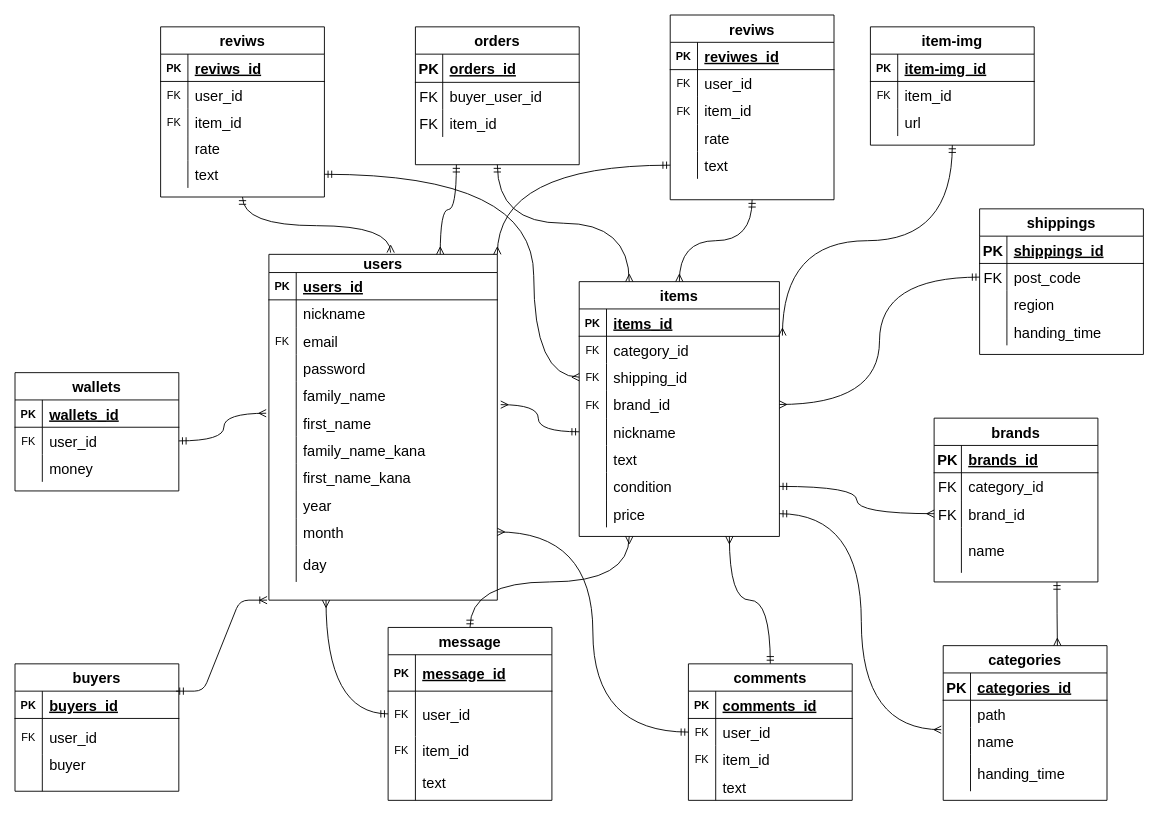
Earlier version of the draw.io diagram er.dio (masyu0039/furima-38560). Source tidied: cells renumbered, new cells numbered last; positions are measured from the earlier drawing's top-left corner, leaving out a move shared by most shapes. Both pictures are drawn from the tidied source at 91%, with x=0, y=0 at pixel (15, 15).
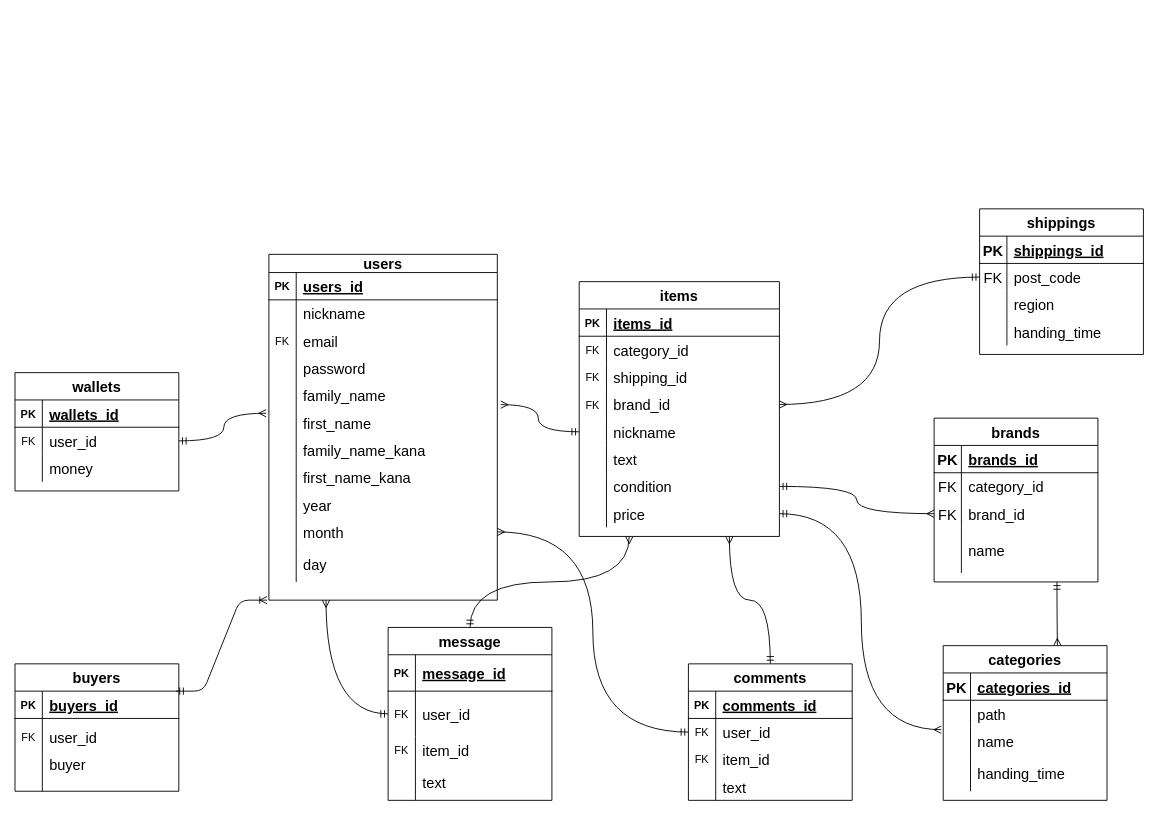
The same diagram, later.

The change refers to these unchanged cells:
```xml
<mxCell id="16" value="users" style="shape=table;startSize=20;childLayout=tableLayout;rowLines=0;fontStyle=1;align=center;fontSize=16;" parent="1" vertex="1">
  <mxGeometry x="279" y="263" width="251" height="380" as="geometry" />
</mxCell>
<mxCell id="61" value="items" style="shape=table;startSize=30;childLayout=tableLayout;rowLines=0;fontStyle=1;align=center;fontSize=16;" parent="1" vertex="1">
  <mxGeometry x="620" y="293" width="220" height="280" as="geometry" />
</mxCell>
<mxCell id="65" style="shape=partialRectangle;fillColor=none;top=0;left=0;bottom=0;right=0;points=[[0,0.5],[1,0.5]];portConstraint=eastwest;" parent="61" vertex="1">
  <mxGeometry y="60" width="220" height="30" as="geometry" />
</mxCell>
<mxCell id="68" style="shape=partialRectangle;fillColor=none;top=0;left=0;bottom=0;right=0;points=[[0,0.5],[1,0.5]];portConstraint=eastwest;" parent="61" vertex="1">
  <mxGeometry y="90" width="220" height="30" as="geometry" />
</mxCell>
```

The edit, as a diff of the source:
```diff
@@
-    <mxCell id="87" style="edgeStyle=orthogonalEdgeStyle;curved=1;html=1;exitX=0.5;exitY=1;exitDx=0;exitDy=0;entryX=0.533;entryY=-0.005;entryDx=0;entryDy=0;entryPerimeter=0;startArrow=ERmandOne;startFill=0;endArrow=ERmany;endFill=0;" parent="1" edge="1" source="88" target="16">
-      <mxGeometry relative="1" as="geometry" />
-    </mxCell>
-    <mxCell id="88" value="reviws" style="shape=table;startSize=30;childLayout=tableLayout;rowLines=0;fontStyle=1;align=center;fontSize=16;" parent="1" vertex="1">
-      <mxGeometry x="160" y="13" width="180" height="187" as="geometry" />
-    </mxCell>
-    <mxCell id="89" style="shape=partialRectangle;fillColor=none;top=0;left=0;bottom=1;right=0;" parent="88" vertex="1">
-      <mxGeometry y="30" width="180" height="30" as="geometry" />
-    </mxCell>
-    <mxCell id="90" value="PK" style="shape=partialRectangle;fillColor=none;top=0;left=0;bottom=0;right=0;fontStyle=1;overflow=hidden;" parent="89" vertex="1">
-      <mxGeometry width="30" height="30" as="geometry" />
-    </mxCell>
-    <mxCell id="91" value="reviws_id" style="shape=partialRectangle;fillColor=none;top=0;left=0;bottom=0;right=0;align=left;spacingLeft=6;fontStyle=5;overflow=hidden;fontSize=16;" parent="89" vertex="1">
-      <mxGeometry x="30" width="150" height="30" as="geometry" />
-    </mxCell>
-    <mxCell id="92" style="shape=partialRectangle;fillColor=none;top=0;left=0;bottom=0;right=0;" parent="88" vertex="1">
-      <mxGeometry y="60" width="180" height="30" as="geometry" />
-    </mxCell>
-    <mxCell id="93" value="FK" style="shape=partialRectangle;fillColor=none;top=0;left=0;bottom=0;right=0;overflow=hidden;" parent="92" vertex="1">
-      <mxGeometry width="30" height="30" as="geometry" />
-    </mxCell>
-    <mxCell id="94" value="user_id" style="shape=partialRectangle;fillColor=none;top=0;left=0;bottom=0;right=0;align=left;spacingLeft=6;overflow=hidden;fontSize=16;" parent="92" vertex="1">
-      <mxGeometry x="30" width="150" height="30" as="geometry" />
-    </mxCell>
-    <mxCell id="95" style="shape=partialRectangle;fillColor=none;top=0;left=0;bottom=0;right=0;" parent="88" vertex="1">
-      <mxGeometry y="90" width="180" height="30" as="geometry" />
-    </mxCell>
-    <mxCell id="96" value="FK" style="shape=partialRectangle;fillColor=none;top=0;left=0;bottom=0;right=0;overflow=hidden;" parent="95" vertex="1">
-      <mxGeometry width="30" height="30" as="geometry" />
-    </mxCell>
-    <mxCell id="97" value="item_id" style="shape=partialRectangle;fillColor=none;top=0;left=0;bottom=0;right=0;align=left;spacingLeft=6;overflow=hidden;fontSize=16;" parent="95" vertex="1">
-      <mxGeometry x="30" width="150" height="30" as="geometry" />
-    </mxCell>
-    <mxCell id="98" style="shape=partialRectangle;fillColor=none;top=0;left=0;bottom=0;right=0;" parent="88" vertex="1">
-      <mxGeometry y="120" width="180" height="27" as="geometry" />
-    </mxCell>
-    <mxCell id="99" style="shape=partialRectangle;fillColor=none;top=0;left=0;bottom=0;right=0;overflow=hidden;" parent="98" vertex="1">
-      <mxGeometry width="30" height="27" as="geometry" />
-    </mxCell>
-    <mxCell id="100" value="rate" style="shape=partialRectangle;fillColor=none;top=0;left=0;bottom=0;right=0;align=left;spacingLeft=6;overflow=hidden;fontSize=16;" parent="98" vertex="1">
-      <mxGeometry x="30" width="150" height="27" as="geometry" />
-    </mxCell>
-    <mxCell id="101" style="shape=partialRectangle;fillColor=none;top=0;left=0;bottom=0;right=0;points=[[0,0.5],[1,0.5]];portConstraint=eastwest;" parent="88" vertex="1">
-      <mxGeometry y="147" width="180" height="30" as="geometry" />
-    </mxCell>
-    <mxCell id="102" style="shape=partialRectangle;fillColor=none;top=0;left=0;bottom=0;right=0;overflow=hidden;" parent="101" vertex="1">
-      <mxGeometry width="30" height="30" as="geometry" />
-    </mxCell>
-    <mxCell id="103" value="text" style="shape=partialRectangle;fillColor=none;top=0;left=0;bottom=0;right=0;align=left;spacingLeft=6;overflow=hidden;fontSize=16;" parent="101" vertex="1">
-      <mxGeometry x="30" width="150" height="30" as="geometry" />
-    </mxCell>
-    <mxCell id="104" style="edgeStyle=orthogonalEdgeStyle;curved=1;html=1;exitX=1;exitY=0.5;exitDx=0;exitDy=0;entryX=0;entryY=0.5;entryDx=0;entryDy=0;startArrow=ERmandOne;startFill=0;endArrow=ERmany;endFill=0;" parent="1" edge="1" source="101" target="68">
-      <mxGeometry relative="1" as="geometry">
-        <Array as="points">
-          <mxPoint x="570" y="175" />
-          <mxPoint x="570" y="398" />
-        </Array>
-      </mxGeometry>
-    </mxCell>
@@
-    <mxCell id="119" style="edgeStyle=orthogonalEdgeStyle;curved=1;html=1;entryX=1.015;entryY=-0.024;entryDx=0;entryDy=0;entryPerimeter=0;startArrow=ERmandOne;startFill=0;endArrow=ERmany;endFill=0;" parent="1" edge="1" source="120" target="65">
-      <mxGeometry relative="1" as="geometry" />
-    </mxCell>
-    <mxCell id="120" value="item-img" style="shape=table;startSize=30;childLayout=tableLayout;rowLines=0;fontStyle=1;align=center;fontSize=16;" parent="1" vertex="1">
-      <mxGeometry x="940" y="13" width="180" height="130" as="geometry" />
-    </mxCell>
-    <mxCell id="121" style="shape=partialRectangle;fillColor=none;top=0;left=0;bottom=1;right=0;" parent="120" vertex="1">
-      <mxGeometry y="30" width="180" height="30" as="geometry" />
-    </mxCell>
-    <mxCell id="122" value="PK" style="shape=partialRectangle;fillColor=none;top=0;left=0;bottom=0;right=0;fontStyle=1;overflow=hidden;" parent="121" vertex="1">
-      <mxGeometry width="30" height="30" as="geometry" />
-    </mxCell>
-    <mxCell id="123" value="item-img_id" style="shape=partialRectangle;fillColor=none;top=0;left=0;bottom=0;right=0;align=left;spacingLeft=6;fontStyle=5;overflow=hidden;fontSize=16;" parent="121" vertex="1">
-      <mxGeometry x="30" width="150" height="30" as="geometry" />
-    </mxCell>
-    <mxCell id="124" style="shape=partialRectangle;fillColor=none;top=0;left=0;bottom=0;right=0;" parent="120" vertex="1">
-      <mxGeometry y="60" width="180" height="30" as="geometry" />
-    </mxCell>
-    <mxCell id="125" value="FK" style="shape=partialRectangle;fillColor=none;top=0;left=0;bottom=0;right=0;overflow=hidden;" parent="124" vertex="1">
-      <mxGeometry width="30" height="30" as="geometry" />
-    </mxCell>
-    <mxCell id="126" value="item_id" style="shape=partialRectangle;fillColor=none;top=0;left=0;bottom=0;right=0;align=left;spacingLeft=6;overflow=hidden;fontSize=16;" parent="124" vertex="1">
-      <mxGeometry x="30" width="150" height="30" as="geometry" />
-    </mxCell>
-    <mxCell id="127" style="shape=partialRectangle;fillColor=none;top=0;left=0;bottom=0;right=0;" parent="120" vertex="1">
-      <mxGeometry y="90" width="180" height="30" as="geometry" />
-    </mxCell>
-    <mxCell id="128" style="shape=partialRectangle;fillColor=none;top=0;left=0;bottom=0;right=0;overflow=hidden;" parent="127" vertex="1">
-      <mxGeometry width="30" height="30" as="geometry" />
-    </mxCell>
-    <mxCell id="129" value="url" style="shape=partialRectangle;fillColor=none;top=0;left=0;bottom=0;right=0;align=left;spacingLeft=6;overflow=hidden;fontSize=16;" parent="127" vertex="1">
-      <mxGeometry x="30" width="150" height="30" as="geometry" />
-    </mxCell>
@@
-    <mxCell id="146" style="edgeStyle=orthogonalEdgeStyle;curved=1;html=1;entryX=0.5;entryY=0;entryDx=0;entryDy=0;fontSize=16;startArrow=ERmandOne;startFill=0;endArrow=ERmany;endFill=0;" parent="1" edge="1" source="147" target="61">
-      <mxGeometry relative="1" as="geometry" />
-    </mxCell>
-    <mxCell id="147" value="reviws" style="shape=table;startSize=30;childLayout=tableLayout;rowLines=0;fontStyle=1;align=center;fontSize=16;" parent="1" vertex="1">
-      <mxGeometry x="720" width="180" height="203" as="geometry" />
-    </mxCell>
-    <mxCell id="148" style="shape=partialRectangle;fillColor=none;top=0;left=0;bottom=1;right=0;" parent="147" vertex="1">
-      <mxGeometry y="30" width="180" height="30" as="geometry" />
-    </mxCell>
-    <mxCell id="149" value="PK" style="shape=partialRectangle;fillColor=none;top=0;left=0;bottom=0;right=0;fontStyle=1;overflow=hidden;" parent="148" vertex="1">
-      <mxGeometry width="30" height="30" as="geometry" />
-    </mxCell>
-    <mxCell id="150" value="reviwes_id" style="shape=partialRectangle;fillColor=none;top=0;left=0;bottom=0;right=0;align=left;spacingLeft=6;fontStyle=5;overflow=hidden;fontSize=16;" parent="148" vertex="1">
-      <mxGeometry x="30" width="150" height="30" as="geometry" />
-    </mxCell>
-    <mxCell id="151" style="shape=partialRectangle;fillColor=none;top=0;left=0;bottom=0;right=0;" parent="147" vertex="1">
-      <mxGeometry y="60" width="180" height="30" as="geometry" />
-    </mxCell>
-    <mxCell id="152" value="FK" style="shape=partialRectangle;fillColor=none;top=0;left=0;bottom=0;right=0;overflow=hidden;" parent="151" vertex="1">
-      <mxGeometry width="30" height="30" as="geometry" />
-    </mxCell>
-    <mxCell id="153" value="user_id" style="shape=partialRectangle;fillColor=none;top=0;left=0;bottom=0;right=0;align=left;spacingLeft=6;overflow=hidden;fontSize=16;" parent="151" vertex="1">
-      <mxGeometry x="30" width="150" height="30" as="geometry" />
-    </mxCell>
-    <mxCell id="154" style="shape=partialRectangle;fillColor=none;top=0;left=0;bottom=0;right=0;" parent="147" vertex="1">
-      <mxGeometry y="90" width="180" height="30" as="geometry" />
-    </mxCell>
-    <mxCell id="155" value="FK" style="shape=partialRectangle;fillColor=none;top=0;left=0;bottom=0;right=0;overflow=hidden;" parent="154" vertex="1">
-      <mxGeometry width="30" height="30" as="geometry" />
-    </mxCell>
-    <mxCell id="156" value="item_id" style="shape=partialRectangle;fillColor=none;top=0;left=0;bottom=0;right=0;align=left;spacingLeft=6;overflow=hidden;fontSize=16;" parent="154" vertex="1">
-      <mxGeometry x="30" width="150" height="30" as="geometry" />
-    </mxCell>
-    <mxCell id="157" style="shape=partialRectangle;fillColor=none;top=0;left=0;bottom=0;right=0;" parent="147" vertex="1">
-      <mxGeometry y="120" width="180" height="30" as="geometry" />
-    </mxCell>
-    <mxCell id="158" style="shape=partialRectangle;fillColor=none;top=0;left=0;bottom=0;right=0;overflow=hidden;" parent="157" vertex="1">
-      <mxGeometry width="30" height="30" as="geometry" />
-    </mxCell>
-    <mxCell id="159" value="rate" style="shape=partialRectangle;fillColor=none;top=0;left=0;bottom=0;right=0;align=left;spacingLeft=6;overflow=hidden;fontSize=16;" parent="157" vertex="1">
-      <mxGeometry x="30" width="150" height="30" as="geometry" />
-    </mxCell>
-    <mxCell id="160" style="shape=partialRectangle;fillColor=none;top=0;left=0;bottom=0;right=0;points=[[0,0.5],[1,0.5]];portConstraint=eastwest;" parent="147" vertex="1">
-      <mxGeometry y="150" width="180" height="30" as="geometry" />
-    </mxCell>
-    <mxCell id="161" style="shape=partialRectangle;fillColor=none;top=0;left=0;bottom=0;right=0;overflow=hidden;" parent="160" vertex="1">
-      <mxGeometry width="30" height="30" as="geometry" />
-    </mxCell>
-    <mxCell id="162" value="text" style="shape=partialRectangle;fillColor=none;top=0;left=0;bottom=0;right=0;align=left;spacingLeft=6;overflow=hidden;fontSize=16;" parent="160" vertex="1">
-      <mxGeometry x="30" width="150" height="30" as="geometry" />
-    </mxCell>
-    <mxCell id="163" style="edgeStyle=orthogonalEdgeStyle;curved=1;html=1;exitX=0;exitY=0.5;exitDx=0;exitDy=0;entryX=1;entryY=0;entryDx=0;entryDy=0;fontSize=16;startArrow=ERmandOne;startFill=0;endArrow=ERmany;endFill=0;" parent="1" edge="1" source="160" target="16">
-      <mxGeometry relative="1" as="geometry" />
-    </mxCell>
-    <mxCell id="164" style="edgeStyle=orthogonalEdgeStyle;curved=1;html=1;entryX=0.25;entryY=0;entryDx=0;entryDy=0;fontSize=16;startArrow=ERmandOne;startFill=0;endArrow=ERmany;endFill=0;" parent="1" edge="1" source="166" target="61">
-      <mxGeometry relative="1" as="geometry" />
-    </mxCell>
-    <mxCell id="165" style="edgeStyle=orthogonalEdgeStyle;curved=1;html=1;exitX=0.25;exitY=1;exitDx=0;exitDy=0;entryX=0.75;entryY=0;entryDx=0;entryDy=0;fontSize=16;startArrow=ERmandOne;startFill=0;endArrow=ERmany;endFill=0;" parent="1" edge="1" source="166" target="16">
-      <mxGeometry relative="1" as="geometry" />
-    </mxCell>
-    <mxCell id="166" value="orders" style="shape=table;startSize=30;childLayout=tableLayout;rowLines=0;fontStyle=1;align=center;fontSize=16;" parent="1" vertex="1">
-      <mxGeometry x="440" y="13" width="180" height="151.5" as="geometry" />
-    </mxCell>
-    <mxCell id="167" style="shape=partialRectangle;fillColor=none;top=0;left=0;bottom=1;right=0;fontSize=16;" parent="166" vertex="1">
-      <mxGeometry y="30" width="180" height="31" as="geometry" />
-    </mxCell>
-    <mxCell id="168" value="PK" style="shape=partialRectangle;fillColor=none;top=0;left=0;bottom=0;right=0;fontStyle=1;overflow=hidden;fontSize=16;" parent="167" vertex="1">
-      <mxGeometry width="30" height="31" as="geometry" />
-    </mxCell>
-    <mxCell id="169" value="orders_id" style="shape=partialRectangle;fillColor=none;top=0;left=0;bottom=0;right=0;align=left;spacingLeft=6;fontStyle=5;overflow=hidden;fontSize=16;" parent="167" vertex="1">
-      <mxGeometry x="30" width="150" height="31" as="geometry" />
-    </mxCell>
-    <mxCell id="170" style="shape=partialRectangle;fillColor=none;top=0;left=0;bottom=0;right=0;fontSize=16;" parent="166" vertex="1">
-      <mxGeometry y="61" width="180" height="30" as="geometry" />
-    </mxCell>
-    <mxCell id="171" value="FK" style="shape=partialRectangle;fillColor=none;top=0;left=0;bottom=0;right=0;overflow=hidden;fontSize=16;" parent="170" vertex="1">
-      <mxGeometry width="30" height="30" as="geometry" />
-    </mxCell>
-    <mxCell id="172" value="buyer_user_id" style="shape=partialRectangle;fillColor=none;top=0;left=0;bottom=0;right=0;align=left;spacingLeft=6;overflow=hidden;fontSize=16;" parent="170" vertex="1">
-      <mxGeometry x="30" width="150" height="30" as="geometry" />
-    </mxCell>
-    <mxCell id="173" style="shape=partialRectangle;fillColor=none;top=0;left=0;bottom=0;right=0;fontSize=16;" parent="166" vertex="1">
-      <mxGeometry y="91" width="180" height="30" as="geometry" />
-    </mxCell>
-    <mxCell id="174" value="FK" style="shape=partialRectangle;fillColor=none;top=0;left=0;bottom=0;right=0;overflow=hidden;fontSize=16;" parent="173" vertex="1">
-      <mxGeometry width="30" height="30" as="geometry" />
-    </mxCell>
-    <mxCell id="175" value="item_id" style="shape=partialRectangle;fillColor=none;top=0;left=0;bottom=0;right=0;align=left;spacingLeft=6;overflow=hidden;fontSize=16;" parent="173" vertex="1">
-      <mxGeometry x="30" width="150" height="30" as="geometry" />
-    </mxCell>
```
